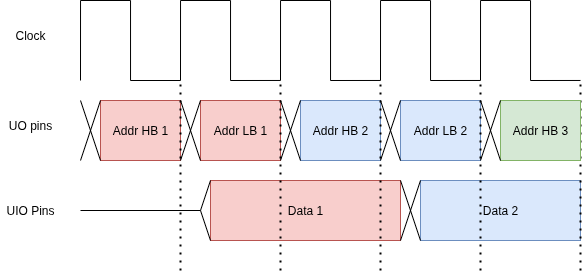
Earlier version of the draw.io export docs/clock_diagram.png (sanjaycal/ECE298A-6502-SKY). Source tidied: cells renumbered, new cells last; positions are measured from the earlier drawing's top-left corner, leaving out a move shared by most shapes.
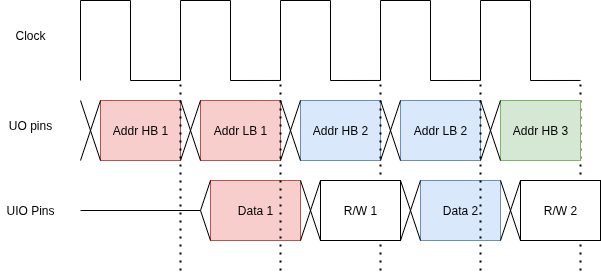
The same file after the commit.

Commit message:
fix the clock timing diagram

What changed in the source:
```diff
@@ -59,7 +59,7 @@
       <mxGeometry x="200" y="100" width="80" height="60" as="geometry" />
     </mxCell>
     <mxCell id="10" value="Data 1" style="rounded=0;whiteSpace=wrap;html=1;fillColor=#f8cecc;strokeColor=#b85450;" parent="1" vertex="1">
-      <mxGeometry x="210" y="180" width="190" height="60" as="geometry" />
+      <mxGeometry x="210" y="180" width="90" height="60" as="geometry" />
     </mxCell>
     <mxCell id="11" style="endArrow=none;html=1;rounded=0;entryX=1;entryY=0;entryDx=0;entryDy=0;exitX=0;exitY=1;exitDx=0;exitDy=0;" parent="1" edge="1" source="9" target="8">
       <mxGeometry relative="1" as="geometry" />
@@ -115,14 +115,8 @@
       <mxGeometry relative="1" as="geometry" />
     </mxCell>
     <mxCell id="24" value="Data 2" style="rounded=0;whiteSpace=wrap;html=1;fillColor=#dae8fc;strokeColor=#6c8ebf;" parent="1" vertex="1">
-      <mxGeometry x="420" y="180" width="160" height="60" as="geometry" />
+      <mxGeometry x="420" y="180" width="80" height="60" as="geometry" />
     </mxCell>
-    <mxCell id="25" style="endArrow=none;html=1;rounded=0;entryX=0;entryY=0;entryDx=0;entryDy=0;exitX=1;exitY=1;exitDx=0;exitDy=0;" parent="1" edge="1" source="10" target="24">
-      <mxGeometry relative="1" as="geometry" />
-    </mxCell>
-    <mxCell id="26" style="endArrow=none;html=1;rounded=0;entryX=0;entryY=1;entryDx=0;entryDy=0;exitX=1;exitY=0;exitDx=0;exitDy=0;" parent="1" edge="1" source="10" target="24">
-      <mxGeometry relative="1" as="geometry" />
-    </mxCell>
     <mxCell id="27" value="UIO Pins" style="text;html=1;align=center;verticalAlign=middle;whiteSpace=wrap;rounded=0;" parent="1" vertex="1">
       <mxGeometry y="195" width="60" height="30" as="geometry" />
     </mxCell>
@@ -181,5 +175,47 @@
         <mxPoint x="480" y="100" as="sourcePoint" />
       </mxGeometry>
     </mxCell>
+    <mxCell id="37" value="R/W 1" style="rounded=0;whiteSpace=wrap;html=1;" parent="1" vertex="1">
+      <mxGeometry x="320" y="180" width="80" height="60" as="geometry" />
+    </mxCell>
+    <mxCell id="38" style="endArrow=none;html=1;rounded=0;exitX=1;exitY=1;exitDx=0;exitDy=0;" parent="1" edge="1">
+      <mxGeometry relative="1" as="geometry">
+        <mxPoint x="300" y="240" as="sourcePoint" />
+        <mxPoint x="320" y="180" as="targetPoint" />
+      </mxGeometry>
+    </mxCell>
+    <mxCell id="39" style="endArrow=none;html=1;rounded=0;entryX=0;entryY=1;entryDx=0;entryDy=0;exitX=1;exitY=0;exitDx=0;exitDy=0;" parent="1" edge="1">
+      <mxGeometry relative="1" as="geometry">
+        <mxPoint x="300" y="180" as="sourcePoint" />
+        <mxPoint x="320" y="240" as="targetPoint" />
+      </mxGeometry>
+    </mxCell>
+    <mxCell id="40" style="endArrow=none;html=1;rounded=0;exitX=1;exitY=1;exitDx=0;exitDy=0;" parent="1" edge="1">
+      <mxGeometry relative="1" as="geometry">
+        <mxPoint x="400" y="240" as="sourcePoint" />
+        <mxPoint x="420" y="180" as="targetPoint" />
+      </mxGeometry>
+    </mxCell>
+    <mxCell id="41" style="endArrow=none;html=1;rounded=0;entryX=0;entryY=1;entryDx=0;entryDy=0;exitX=1;exitY=0;exitDx=0;exitDy=0;" parent="1" edge="1">
+      <mxGeometry relative="1" as="geometry">
+        <mxPoint x="400" y="180" as="sourcePoint" />
+        <mxPoint x="420" y="240" as="targetPoint" />
+      </mxGeometry>
+    </mxCell>
+    <mxCell id="42" value="R/W 2" style="rounded=0;whiteSpace=wrap;html=1;" parent="1" vertex="1">
+      <mxGeometry x="520" y="180" width="80" height="60" as="geometry" />
+    </mxCell>
+    <mxCell id="43" style="endArrow=none;html=1;rounded=0;exitX=1;exitY=1;exitDx=0;exitDy=0;" parent="1" edge="1">
+      <mxGeometry relative="1" as="geometry">
+        <mxPoint x="500" y="240" as="sourcePoint" />
+        <mxPoint x="520" y="180" as="targetPoint" />
+      </mxGeometry>
+    </mxCell>
+    <mxCell id="44" style="endArrow=none;html=1;rounded=0;entryX=0;entryY=1;entryDx=0;entryDy=0;exitX=1;exitY=0;exitDx=0;exitDy=0;" parent="1" edge="1">
+      <mxGeometry relative="1" as="geometry">
+        <mxPoint x="500" y="180" as="sourcePoint" />
+        <mxPoint x="520" y="240" as="targetPoint" />
+      </mxGeometry>
+    </mxCell>
   </root>
 </mxGraphModel>
```
